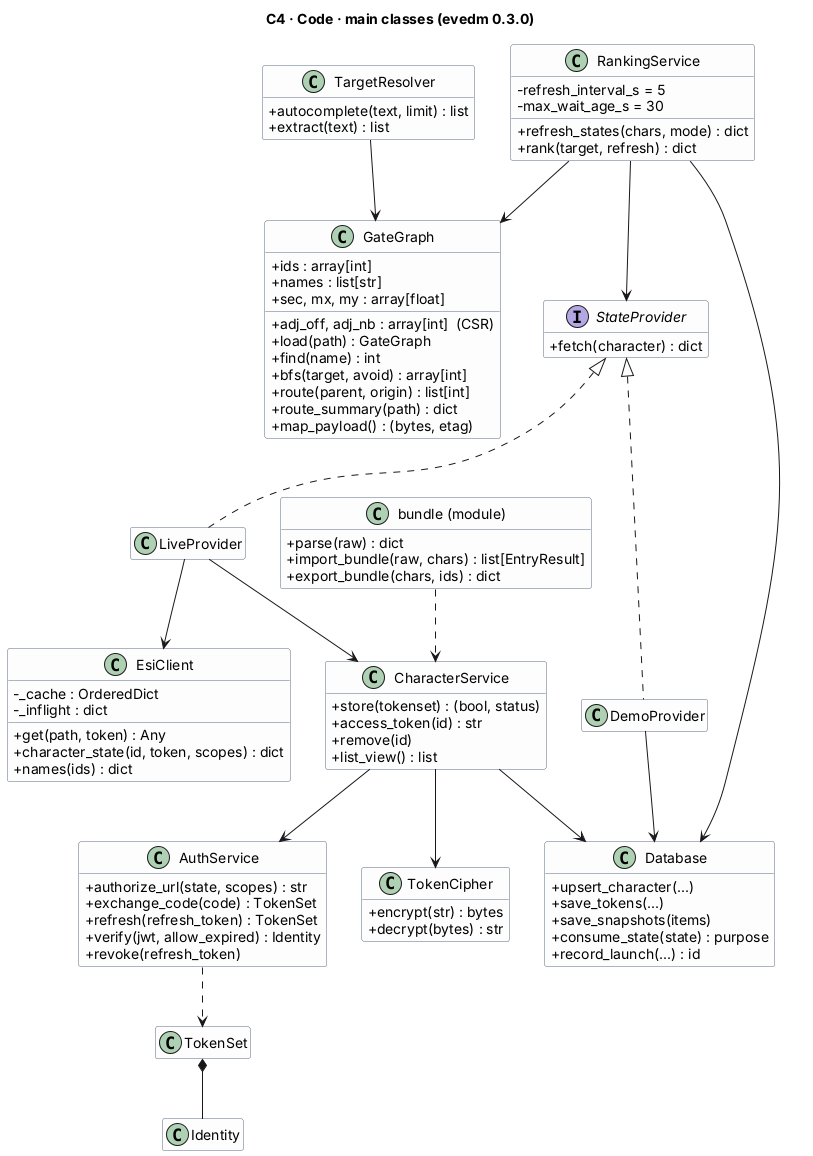
Before: docs/diagrams/c4-code.png, a diagram exported from PlantUML (Headruner/war-bot-2).
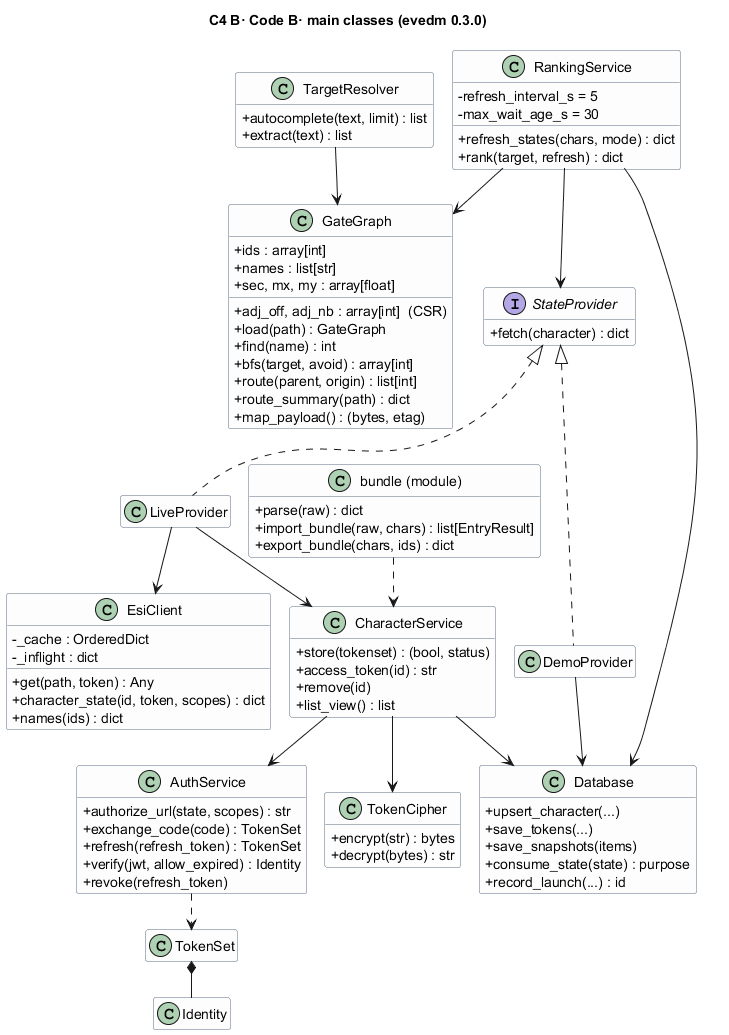
Later version of the same file.

Change to the diagram source:
```diff
@@ -1,5 +1,6 @@
 @startuml c4-code
-title C4 · Code · main classes (evedm 0.3.0)
+!pragma layout smetana
+title C4 В· Code В· main classes (evedm 0.3.0)
 skinparam classAttributeIconSize 0
 skinparam shadowing false
 skinparam class {
```
